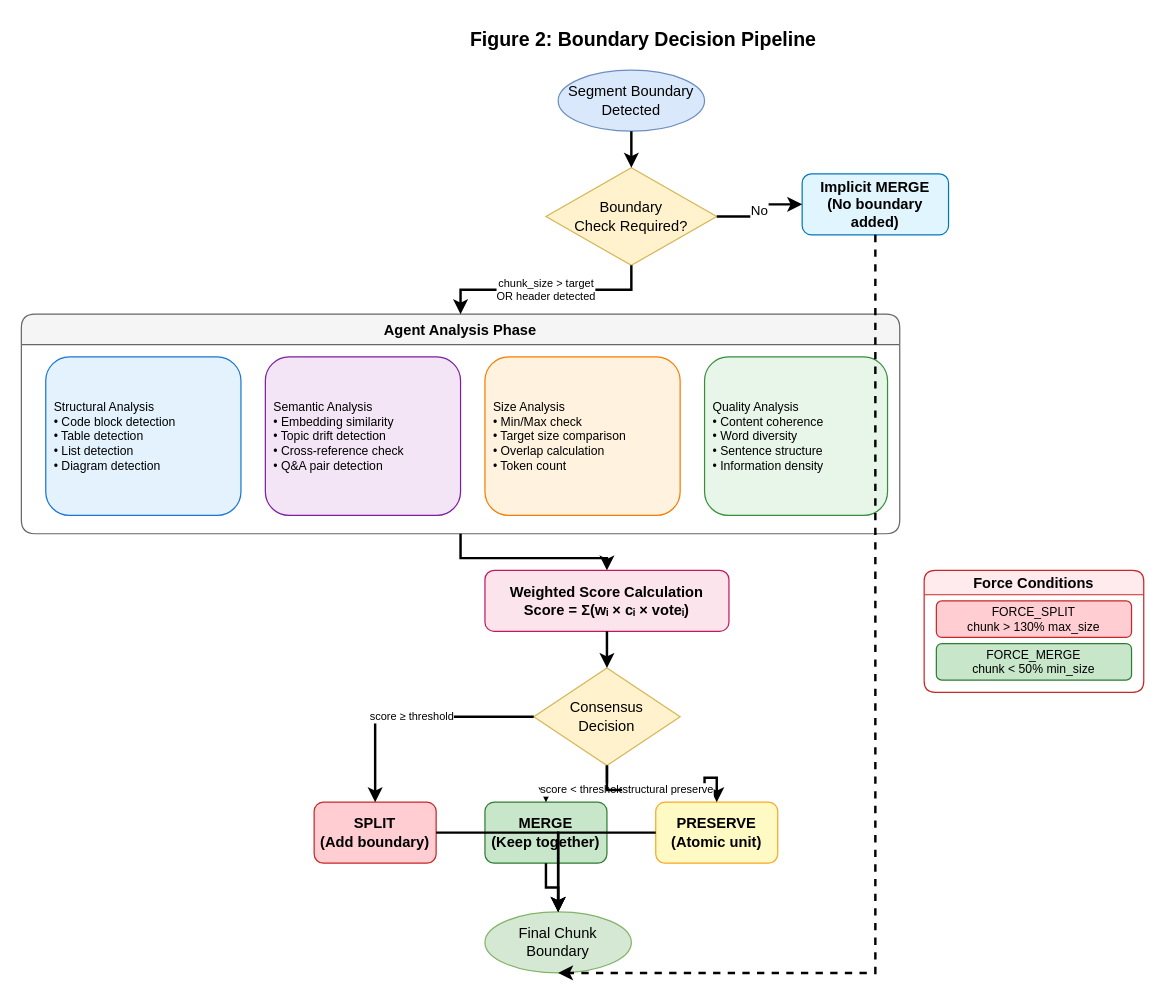
Earlier version of the draw.io diagram diagrams/drawio/02_decision_pipeline.drawio (EngindalgaMaku/ebars). Source tidied: cells renumbered, new cells numbered last; positions are measured from the earlier drawing's top-left corner, leaving out a move shared by most shapes. Both pictures are drawn from the tidied source at 122%, with x=0, y=0 at pixel (21, 21).
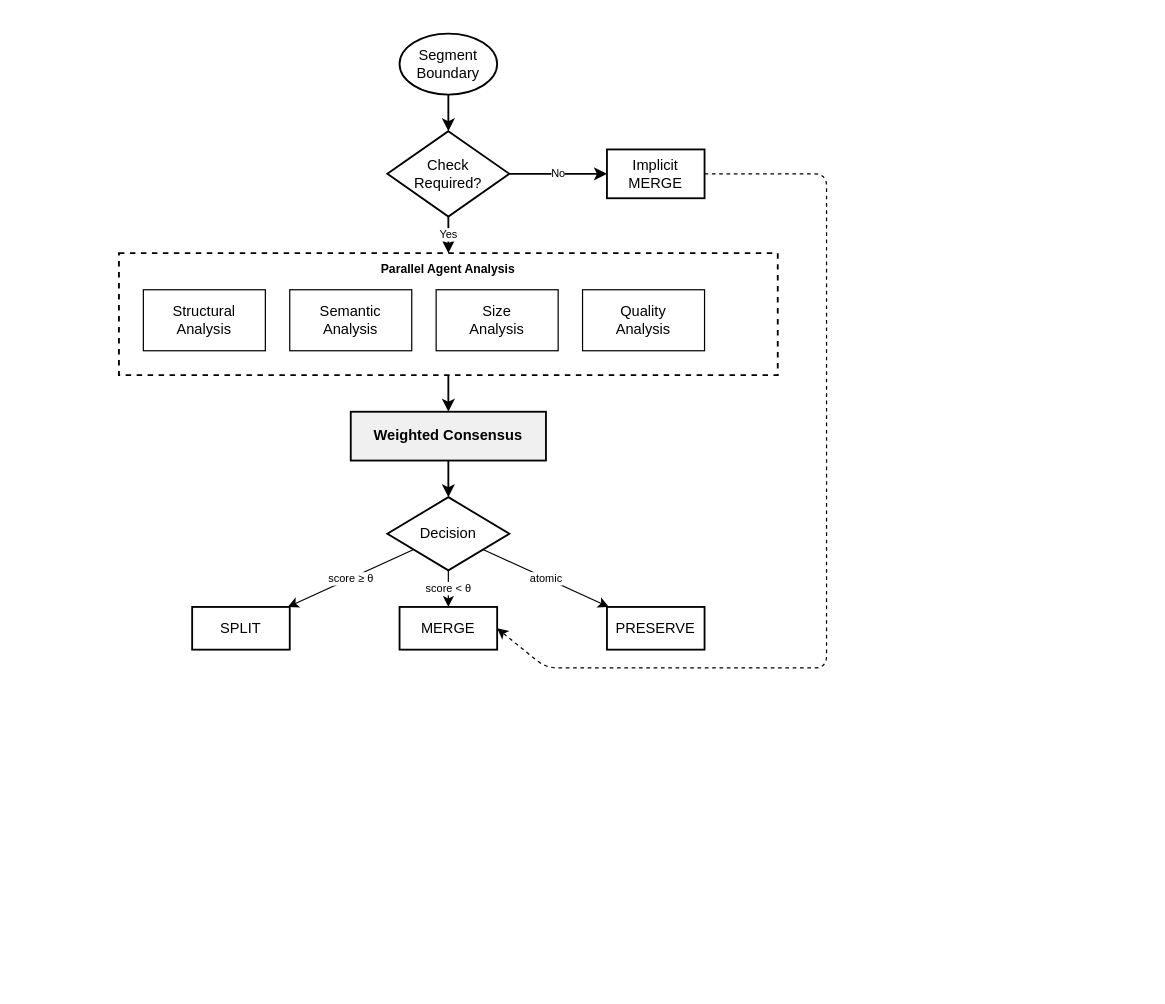
After the change.

What changed in the source:
```diff
@@
-    <mxCell id="2" value="Figure 2: Boundary Decision Pipeline" style="text;html=1;strokeColor=none;fillColor=none;align=center;verticalAlign=middle;whiteSpace=wrap;rounded=0;fontSize=16;fontStyle=1;" parent="1" vertex="1">
-      <mxGeometry x="310" width="400" height="30" as="geometry" />
-    </mxCell>
-    <mxCell id="3" value="Segment Boundary&#10;Detected" style="ellipse;whiteSpace=wrap;html=1;fillColor=#dae8fc;strokeColor=#6c8ebf;" parent="1" vertex="1">
-      <mxGeometry x="440" y="40" width="120" height="50" as="geometry" />
+    <mxCell id="3" value="Segment&#10;Boundary" style="ellipse;whiteSpace=wrap;html=1;fillColor=#ffffff;strokeColor=#000000;strokeWidth=1.5;" parent="1" vertex="1">
+      <mxGeometry x="310" y="10" width="80" height="50" as="geometry" />
     </mxCell>
-    <mxCell id="4" value="Boundary&#10;Check Required?" style="rhombus;whiteSpace=wrap;html=1;fillColor=#fff2cc;strokeColor=#d6b656;" parent="1" vertex="1">
-      <mxGeometry x="430" y="120" width="140" height="80" as="geometry" />
+    <mxCell id="4" value="Check&#10;Required?" style="rhombus;whiteSpace=wrap;html=1;fillColor=#ffffff;strokeColor=#000000;strokeWidth=1.5;" parent="1" vertex="1">
+      <mxGeometry x="300" y="90" width="100" height="70" as="geometry" />
     </mxCell>
-    <mxCell id="5" value="Implicit MERGE&#10;(No boundary added)" style="rounded=1;whiteSpace=wrap;html=1;fillColor=#e1f5fe;strokeColor=#0277bd;fontStyle=1;" parent="1" vertex="1">
-      <mxGeometry x="640" y="125" width="120" height="50" as="geometry" />
+    <mxCell id="5" value="Implicit&#10;MERGE" style="rounded=0;whiteSpace=wrap;html=1;fillColor=#ffffff;strokeColor=#000000;strokeWidth=1.5;" parent="1" vertex="1">
+      <mxGeometry x="480" y="105" width="80" height="40" as="geometry" />
     </mxCell>
-    <mxCell id="6" value="Agent Analysis Phase" style="swimlane;horizontal=1;startSize=25;fillColor=#f5f5f5;strokeColor=#666666;rounded=1;fontStyle=1;" parent="1" vertex="1">
-      <mxGeometry y="240" width="720" height="180" as="geometry" />
+    <mxCell id="6" style="rounded=0;whiteSpace=wrap;html=1;fillColor=#ffffff;strokeColor=#000000;strokeWidth=1.5;dashed=1;" parent="1" vertex="1">
+      <mxGeometry x="80" y="190" width="540" height="100" as="geometry" />
     </mxCell>
+    <mxCell id="32" value="Parallel Agent Analysis" style="text;html=1;strokeColor=none;fillColor=none;align=center;verticalAlign=middle;whiteSpace=wrap;rounded=0;fontStyle=1;fontSize=10;" parent="1" vertex="1">
+      <mxGeometry x="280" y="195" width="140" height="15" as="geometry" />
+    </mxCell>
-    <mxCell id="7" value="Structural Analysis&#10;• Code block detection&#10;• Table detection&#10;• List detection&#10;• Diagram detection" style="rounded=1;whiteSpace=wrap;html=1;fillColor=#e3f2fd;strokeColor=#1976d2;align=left;spacingLeft=5;fontSize=10;" parent="6" vertex="1">
-      <mxGeometry x="20" y="35" width="160" height="130" as="geometry" />
+    <mxCell id="7" value="Structural&#10;Analysis" style="rounded=0;whiteSpace=wrap;html=1;fillColor=#ffffff;strokeColor=#000000;strokeWidth=1;" parent="1" vertex="1">
+      <mxGeometry x="100" y="220" width="100" height="50" as="geometry" />
     </mxCell>
-    <mxCell id="8" value="Semantic Analysis&#10;• Embedding similarity&#10;• Topic drift detection&#10;• Cross-reference check&#10;• Q&amp;A pair detection" style="rounded=1;whiteSpace=wrap;html=1;fillColor=#f3e5f5;strokeColor=#7b1fa2;align=left;spacingLeft=5;fontSize=10;" parent="6" vertex="1">
-      <mxGeometry x="200" y="35" width="160" height="130" as="geometry" />
+    <mxCell id="8" value="Semantic&#10;Analysis" style="rounded=0;whiteSpace=wrap;html=1;fillColor=#ffffff;strokeColor=#000000;strokeWidth=1;" parent="1" vertex="1">
+      <mxGeometry x="220" y="220" width="100" height="50" as="geometry" />
     </mxCell>
-    <mxCell id="9" value="Size Analysis&#10;• Min/Max check&#10;• Target size comparison&#10;• Overlap calculation&#10;• Token count" style="rounded=1;whiteSpace=wrap;html=1;fillColor=#fff3e0;strokeColor=#f57c00;align=left;spacingLeft=5;fontSize=10;" parent="6" vertex="1">
-      <mxGeometry x="380" y="35" width="160" height="130" as="geometry" />
+    <mxCell id="9" value="Size&#10;Analysis" style="rounded=0;whiteSpace=wrap;html=1;fillColor=#ffffff;strokeColor=#000000;strokeWidth=1;" parent="1" vertex="1">
+      <mxGeometry x="340" y="220" width="100" height="50" as="geometry" />
     </mxCell>
-    <mxCell id="10" value="Quality Analysis&#10;• Content coherence&#10;• Word diversity&#10;• Sentence structure&#10;• Information density" style="rounded=1;whiteSpace=wrap;html=1;fillColor=#e8f5e9;strokeColor=#388e3c;align=left;spacingLeft=5;fontSize=10;" parent="6" vertex="1">
-      <mxGeometry x="560" y="35" width="150" height="130" as="geometry" />
+    <mxCell id="10" value="Quality&#10;Analysis" style="rounded=0;whiteSpace=wrap;html=1;fillColor=#ffffff;strokeColor=#000000;strokeWidth=1;" parent="1" vertex="1">
+      <mxGeometry x="460" y="220" width="100" height="50" as="geometry" />
     </mxCell>
-    <mxCell id="11" value="Weighted Score Calculation&#10;Score = Σ(wᵢ × cᵢ × voteᵢ)" style="rounded=1;whiteSpace=wrap;html=1;fillColor=#fce4ec;strokeColor=#c2185b;fontStyle=1;" parent="1" vertex="1">
-      <mxGeometry x="380" y="450" width="200" height="50" as="geometry" />
-    </mxCell>
-    <mxCell id="12" value="Consensus&#10;Decision" style="rhombus;whiteSpace=wrap;html=1;fillColor=#fff2cc;strokeColor=#d6b656;" parent="1" vertex="1">
-      <mxGeometry x="420" y="530" width="120" height="80" as="geometry" />
+    <mxCell id="12" value="Weighted Consensus" style="rounded=0;whiteSpace=wrap;html=1;fillColor=#f0f0f0;strokeColor=#000000;strokeWidth=1.5;fontStyle=1;" parent="1" vertex="1">
+      <mxGeometry x="270" y="320" width="160" height="40" as="geometry" />
     </mxCell>
+    <mxCell id="33" value="Decision" style="rhombus;whiteSpace=wrap;html=1;fillColor=#ffffff;strokeColor=#000000;strokeWidth=1.5;" parent="1" vertex="1">
+      <mxGeometry x="300" y="390" width="100" height="60" as="geometry" />
+    </mxCell>
-    <mxCell id="13" value="SPLIT&#10;(Add boundary)" style="rounded=1;whiteSpace=wrap;html=1;fillColor=#ffcdd2;strokeColor=#c62828;fontStyle=1;" parent="1" vertex="1">
-      <mxGeometry x="240" y="640" width="100" height="50" as="geometry" />
+    <mxCell id="13" value="SPLIT" style="rounded=0;whiteSpace=wrap;html=1;fillColor=#ffffff;strokeColor=#000000;strokeWidth=1.5;" parent="1" vertex="1">
+      <mxGeometry x="140" y="480" width="80" height="35" as="geometry" />
     </mxCell>
-    <mxCell id="14" value="MERGE&#10;(Keep together)" style="rounded=1;whiteSpace=wrap;html=1;fillColor=#c8e6c9;strokeColor=#2e7d32;fontStyle=1;" parent="1" vertex="1">
-      <mxGeometry x="380" y="640" width="100" height="50" as="geometry" />
+    <mxCell id="14" value="MERGE" style="rounded=0;whiteSpace=wrap;html=1;fillColor=#ffffff;strokeColor=#000000;strokeWidth=1.5;" parent="1" vertex="1">
+      <mxGeometry x="310" y="480" width="80" height="35" as="geometry" />
     </mxCell>
-    <mxCell id="15" value="PRESERVE&#10;(Atomic unit)" style="rounded=1;whiteSpace=wrap;html=1;fillColor=#fff9c4;strokeColor=#f9a825;fontStyle=1;" parent="1" vertex="1">
-      <mxGeometry x="520" y="640" width="100" height="50" as="geometry" />
+    <mxCell id="15" value="PRESERVE" style="rounded=0;whiteSpace=wrap;html=1;fillColor=#ffffff;strokeColor=#000000;strokeWidth=1.5;" parent="1" vertex="1">
+      <mxGeometry x="480" y="480" width="80" height="35" as="geometry" />
     </mxCell>
-    <mxCell id="16" value="Force Conditions" style="swimlane;horizontal=1;startSize=20;fillColor=#ffebee;strokeColor=#c62828;rounded=1;fontStyle=1;" parent="1" vertex="1">
-      <mxGeometry x="740" y="450" width="180" height="100" as="geometry" />
-    </mxCell>
-    <mxCell id="17" value="FORCE_SPLIT&#10;chunk &gt; 130% max_size" style="rounded=1;whiteSpace=wrap;html=1;fillColor=#ffcdd2;strokeColor=#c62828;fontSize=10;" parent="16" vertex="1">
-      <mxGeometry x="10" y="25" width="160" height="30" as="geometry" />
-    </mxCell>
-    <mxCell id="18" value="FORCE_MERGE&#10;chunk &lt; 50% min_size" style="rounded=1;whiteSpace=wrap;html=1;fillColor=#c8e6c9;strokeColor=#2e7d32;fontSize=10;" parent="16" vertex="1">
-      <mxGeometry x="10" y="60" width="160" height="30" as="geometry" />
-    </mxCell>
-    <mxCell id="19" value="Final Chunk&#10;Boundary" style="ellipse;whiteSpace=wrap;html=1;fillColor=#d5e8d4;strokeColor=#82b366;" parent="1" vertex="1">
-      <mxGeometry x="380" y="730" width="120" height="50" as="geometry" />
-    </mxCell>
-    <mxCell id="20" style="edgeStyle=orthogonalEdgeStyle;rounded=0;jettySize=auto;html=1;strokeWidth=2;" parent="1" edge="1" source="3" target="4">
+    <mxCell id="20" style="endArrow=classic;html=1;strokeWidth=1.5;strokeColor=#000000;" parent="1" edge="1" source="3" target="4">
       <mxGeometry relative="1" as="geometry" />
     </mxCell>
-    <mxCell id="21" value="No" style="edgeStyle=orthogonalEdgeStyle;rounded=0;jettySize=auto;html=1;strokeWidth=2;" parent="1" edge="1" source="4" target="5">
+    <mxCell id="21" value="No" style="endArrow=classic;html=1;strokeWidth=1.5;strokeColor=#000000;fontStyle=0;fontSize=9;" parent="1" edge="1" source="4" target="5">
       <mxGeometry relative="1" as="geometry" />
     </mxCell>
-    <mxCell id="22" value="chunk_size &gt; target&#10;OR header detected" style="edgeStyle=orthogonalEdgeStyle;rounded=0;jettySize=auto;html=1;strokeWidth=2;fontSize=9;" parent="1" edge="1" source="4" target="6">
+    <mxCell id="22" value="Yes" style="endArrow=classic;html=1;strokeWidth=1.5;strokeColor=#000000;fontStyle=0;fontSize=9;" parent="1" edge="1" source="4" target="6">
       <mxGeometry relative="1" as="geometry" />
     </mxCell>
-    <mxCell id="23" style="edgeStyle=orthogonalEdgeStyle;rounded=0;jettySize=auto;html=1;strokeWidth=2;" parent="1" edge="1" source="6" target="11">
+    <mxCell id="23" style="endArrow=classic;html=1;strokeWidth=1.5;strokeColor=#000000;" parent="1" edge="1" source="6" target="12">
       <mxGeometry relative="1" as="geometry" />
     </mxCell>
-    <mxCell id="24" style="edgeStyle=orthogonalEdgeStyle;rounded=0;jettySize=auto;html=1;strokeWidth=2;" parent="1" edge="1" source="11" target="12">
+    <mxCell id="24" style="endArrow=classic;html=1;strokeWidth=1.5;strokeColor=#000000;" parent="1" edge="1" source="12" target="33">
       <mxGeometry relative="1" as="geometry" />
     </mxCell>
-    <mxCell id="25" value="score ≥ threshold" style="edgeStyle=orthogonalEdgeStyle;rounded=0;jettySize=auto;html=1;strokeWidth=2;fontSize=9;" parent="1" edge="1" source="12" target="13">
+    <mxCell id="25" value="score ≥ θ" style="endArrow=classic;html=1;strokeWidth=1;strokeColor=#000000;fontSize=9;" parent="1" edge="1" source="33" target="13">
       <mxGeometry relative="1" as="geometry" />
     </mxCell>
-    <mxCell id="26" value="score &lt; threshold" style="edgeStyle=orthogonalEdgeStyle;rounded=0;jettySize=auto;html=1;strokeWidth=2;fontSize=9;" parent="1" edge="1" source="12" target="14">
+    <mxCell id="26" value="score &lt; θ" style="endArrow=classic;html=1;strokeWidth=1;strokeColor=#000000;fontSize=9;" parent="1" edge="1" source="33" target="14">
       <mxGeometry relative="1" as="geometry" />
     </mxCell>
-    <mxCell id="27" value="structural preserve" style="edgeStyle=orthogonalEdgeStyle;rounded=0;jettySize=auto;html=1;strokeWidth=2;fontSize=9;" parent="1" edge="1" source="12" target="15">
+    <mxCell id="27" value="atomic" style="endArrow=classic;html=1;strokeWidth=1;strokeColor=#000000;fontSize=9;" parent="1" edge="1" source="33" target="15">
       <mxGeometry relative="1" as="geometry" />
     </mxCell>
-    <mxCell id="28" style="edgeStyle=orthogonalEdgeStyle;rounded=0;jettySize=auto;html=1;strokeWidth=2;" parent="1" edge="1" source="13" target="19">
-      <mxGeometry relative="1" as="geometry" />
+    <mxCell id="28" style="endArrow=classic;html=1;strokeWidth=1;strokeColor=#000000;dashed=1;entryX=1;entryY=0.5;entryDx=0;entryDy=0;" parent="1" edge="1" source="5" target="14">
+      <mxGeometry relative="1" as="geometry">
+        <Array as="points">
+          <mxPoint x="660" y="125" />
+          <mxPoint x="660" y="530" />
+          <mxPoint x="510" y="530" />
+          <mxPoint x="430" y="530" />
+        </Array>
+      </mxGeometry>
     </mxCell>
-    <mxCell id="29" style="edgeStyle=orthogonalEdgeStyle;rounded=0;jettySize=auto;html=1;strokeWidth=2;" parent="1" edge="1" source="14" target="19">
-      <mxGeometry relative="1" as="geometry" />
-    </mxCell>
-    <mxCell id="30" style="edgeStyle=orthogonalEdgeStyle;rounded=0;jettySize=auto;html=1;strokeWidth=2;" parent="1" edge="1" source="15" target="19">
-      <mxGeometry relative="1" as="geometry" />
-    </mxCell>
-    <mxCell id="31" style="edgeStyle=orthogonalEdgeStyle;rounded=0;jettySize=auto;html=1;strokeWidth=2;dashed=1;" parent="1" edge="1" source="5" target="19">
-      <mxGeometry relative="1" as="geometry">
-        <Array as="points">
-          <mxPoint x="700" y="780" />
-          <mxPoint x="500" y="780" />
-        </Array>
-      </mxGeometry>
-    </mxCell>
```
